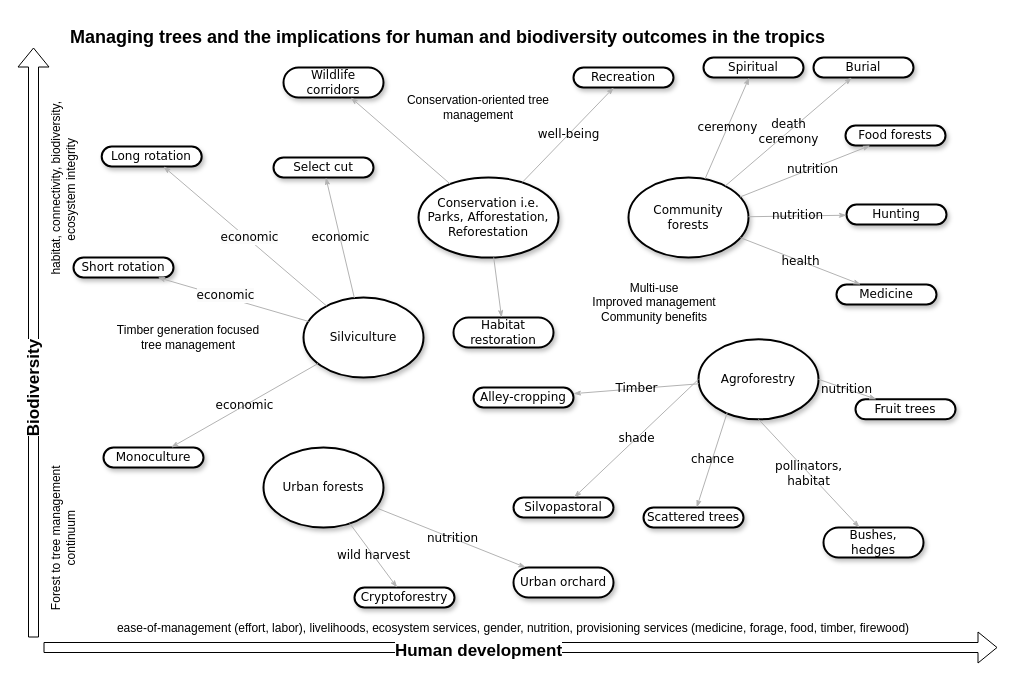
This is diagram_forestry.drawio from CWWhitney/ethnoforestry_agroforestry, a draw.io file, before an edit. Source tidied: cells renumbered, new cells numbered last; positions are measured from the earlier drawing's top-left corner, leaving out a move shared by most shapes. Both pictures are drawn from the tidied source at 100%, with x=0, y=0 at pixel (-27, 17).
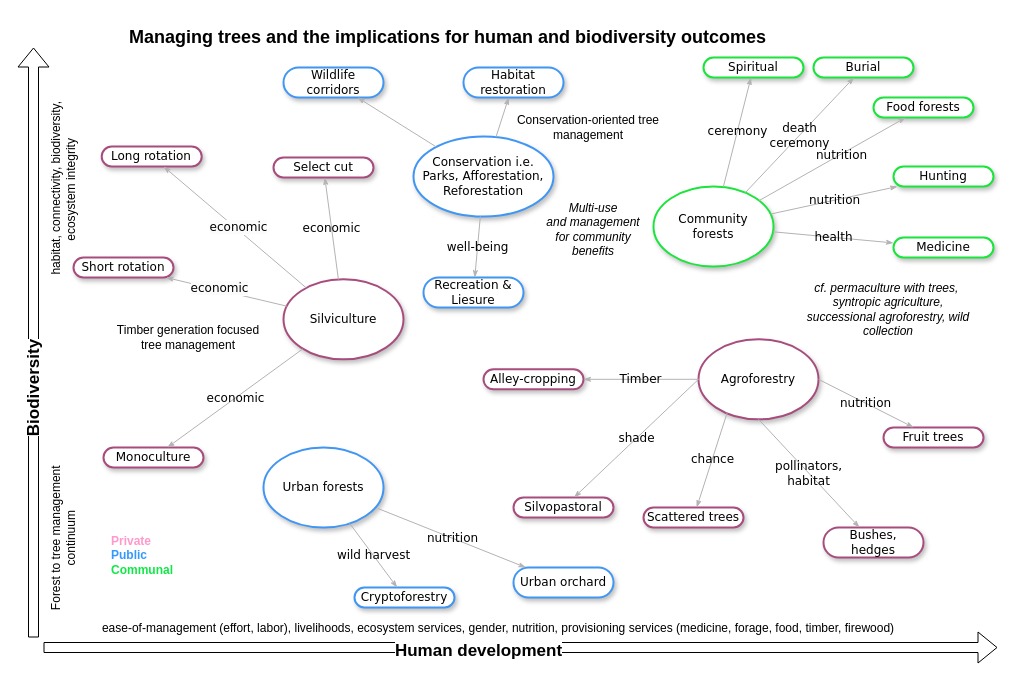
The same page after the edit.

The edit, as a diff of the source:
```diff
@@
-    <mxCell id="2" value="Silviculture" style="ellipse;whiteSpace=wrap;html=1;rounded=1;shadow=1;comic=0;labelBackgroundColor=none;strokeWidth=2;fontFamily=Verdana;fontSize=12;align=center;" parent="1" vertex="1">
-      <mxGeometry x="330" y="280" width="120" height="80" as="geometry" />
+    <mxCell id="2" value="Silviculture" style="ellipse;whiteSpace=wrap;html=1;rounded=1;shadow=1;comic=0;labelBackgroundColor=none;strokeWidth=2;fontFamily=Verdana;fontSize=12;align=center;strokeColor=#a74d7e;" parent="1" vertex="1">
+      <mxGeometry x="310" y="261.8" width="120" height="80" as="geometry" />
     </mxCell>
-    <mxCell id="3" value="Community &lt;br&gt;forests" style="ellipse;whiteSpace=wrap;html=1;rounded=1;shadow=1;comic=0;labelBackgroundColor=none;strokeWidth=2;fontFamily=Verdana;fontSize=12;align=center;" parent="1" vertex="1">
-      <mxGeometry x="655" y="160" width="120" height="80" as="geometry" />
+    <mxCell id="3" value="Community &lt;br&gt;forests" style="ellipse;whiteSpace=wrap;html=1;rounded=1;shadow=1;comic=0;labelBackgroundColor=none;strokeWidth=2;fontFamily=Verdana;fontSize=12;align=center;strokeColor=#1be43c;" parent="1" vertex="1">
+      <mxGeometry x="680" y="169" width="120" height="80" as="geometry" />
     </mxCell>
-    <mxCell id="4" value="&lt;span&gt;Agroforestry&lt;/span&gt;" style="ellipse;whiteSpace=wrap;html=1;rounded=1;shadow=1;comic=0;labelBackgroundColor=none;strokeWidth=2;fontFamily=Verdana;fontSize=12;align=center;" parent="1" vertex="1">
+    <mxCell id="4" value="&lt;span&gt;Agroforestry&lt;/span&gt;" style="ellipse;whiteSpace=wrap;html=1;rounded=1;shadow=1;comic=0;labelBackgroundColor=none;strokeWidth=2;fontFamily=Verdana;fontSize=12;align=center;strokeColor=#a74d7e;" parent="1" vertex="1">
       <mxGeometry x="725" y="321.8" width="120" height="80" as="geometry" />
     </mxCell>
-    <mxCell id="5" value="&lt;span&gt;Long rotation&lt;/span&gt;" style="whiteSpace=wrap;html=1;rounded=1;shadow=1;comic=0;labelBackgroundColor=none;strokeWidth=2;fontFamily=Verdana;fontSize=12;align=center;arcSize=50;" parent="1" vertex="1">
+    <mxCell id="5" value="&lt;span&gt;Long rotation&lt;/span&gt;" style="whiteSpace=wrap;html=1;rounded=1;shadow=1;comic=0;labelBackgroundColor=none;strokeWidth=2;fontFamily=Verdana;fontSize=12;align=center;arcSize=50;strokeColor=#a74d7e;" parent="1" vertex="1">
       <mxGeometry x="128.2" y="129" width="100" height="20" as="geometry" />
     </mxCell>
-    <mxCell id="6" value="&lt;span&gt;Short rotation&lt;/span&gt;" style="whiteSpace=wrap;html=1;rounded=1;shadow=1;comic=0;labelBackgroundColor=none;strokeWidth=2;fontFamily=Verdana;fontSize=12;align=center;arcSize=50;" parent="1" vertex="1">
+    <mxCell id="6" value="&lt;span&gt;Short rotation&lt;/span&gt;" style="whiteSpace=wrap;html=1;rounded=1;shadow=1;comic=0;labelBackgroundColor=none;strokeWidth=2;fontFamily=Verdana;fontSize=12;align=center;arcSize=50;strokeColor=#a74d7e;" parent="1" vertex="1">
       <mxGeometry x="100" y="240" width="100" height="20" as="geometry" />
     </mxCell>
-    <mxCell id="7" value="&lt;span&gt;Select cut&lt;/span&gt;" style="whiteSpace=wrap;html=1;rounded=1;shadow=1;comic=0;labelBackgroundColor=none;strokeWidth=2;fontFamily=Verdana;fontSize=12;align=center;arcSize=50;" parent="1" vertex="1">
+    <mxCell id="7" value="&lt;span&gt;Select cut&lt;/span&gt;" style="whiteSpace=wrap;html=1;rounded=1;shadow=1;comic=0;labelBackgroundColor=none;strokeWidth=2;fontFamily=Verdana;fontSize=12;align=center;arcSize=50;strokeColor=#a74d7e;" parent="1" vertex="1">
       <mxGeometry x="300" y="140" width="100" height="20" as="geometry" />
     </mxCell>
-    <mxCell id="8" value="&lt;span&gt;Spiritual&lt;/span&gt;" style="whiteSpace=wrap;html=1;rounded=1;shadow=1;comic=0;labelBackgroundColor=none;strokeWidth=2;fontFamily=Verdana;fontSize=12;align=center;arcSize=50;" parent="1" vertex="1">
+    <mxCell id="8" value="&lt;span&gt;Spiritual&lt;/span&gt;" style="whiteSpace=wrap;html=1;rounded=1;shadow=1;comic=0;labelBackgroundColor=none;strokeWidth=2;fontFamily=Verdana;fontSize=12;align=center;arcSize=50;strokeColor=#1be43c;" parent="1" vertex="1">
       <mxGeometry x="730" y="40" width="100" height="20" as="geometry" />
     </mxCell>
-    <mxCell id="9" value="&lt;span&gt;Fruit trees&lt;/span&gt;" style="whiteSpace=wrap;html=1;rounded=1;shadow=1;comic=0;labelBackgroundColor=none;strokeWidth=2;fontFamily=Verdana;fontSize=12;align=center;arcSize=50;" parent="1" vertex="1">
-      <mxGeometry x="882" y="381.8" width="100" height="20" as="geometry" />
+    <mxCell id="9" value="&lt;span&gt;Fruit trees&lt;/span&gt;" style="whiteSpace=wrap;html=1;rounded=1;shadow=1;comic=0;labelBackgroundColor=none;strokeWidth=2;fontFamily=Verdana;fontSize=12;align=center;arcSize=50;strokeColor=#a74d7e;" parent="1" vertex="1">
+      <mxGeometry x="910" y="410" width="100" height="20" as="geometry" />
     </mxCell>
-    <mxCell id="10" value="&lt;span&gt;Burial&lt;/span&gt;" style="whiteSpace=wrap;html=1;rounded=1;shadow=1;comic=0;labelBackgroundColor=none;strokeWidth=2;fontFamily=Verdana;fontSize=12;align=center;arcSize=50;" parent="1" vertex="1">
+    <mxCell id="10" value="&lt;span&gt;Burial&lt;/span&gt;" style="whiteSpace=wrap;html=1;rounded=1;shadow=1;comic=0;labelBackgroundColor=none;strokeWidth=2;fontFamily=Verdana;fontSize=12;align=center;arcSize=50;strokeColor=#1be43c;" parent="1" vertex="1">
       <mxGeometry x="840" y="40" width="100" height="20" as="geometry" />
     </mxCell>
-    <mxCell id="11" value="&lt;span&gt;Food forests&lt;/span&gt;" style="whiteSpace=wrap;html=1;rounded=1;shadow=1;comic=0;labelBackgroundColor=none;strokeWidth=2;fontFamily=Verdana;fontSize=12;align=center;arcSize=50;" parent="1" vertex="1">
-      <mxGeometry x="872" y="108" width="100" height="20" as="geometry" />
+    <mxCell id="11" value="&lt;span&gt;Food forests&lt;/span&gt;" style="whiteSpace=wrap;html=1;rounded=1;shadow=1;comic=0;labelBackgroundColor=none;strokeWidth=2;fontFamily=Verdana;fontSize=12;align=center;arcSize=50;strokeColor=#1be43c;" parent="1" vertex="1">
+      <mxGeometry x="900" y="80" width="100" height="20" as="geometry" />
     </mxCell>
-    <mxCell id="12" value="&lt;span&gt;Hunting&lt;/span&gt;" style="whiteSpace=wrap;html=1;rounded=1;shadow=1;comic=0;labelBackgroundColor=none;strokeWidth=2;fontFamily=Verdana;fontSize=12;align=center;arcSize=50;" parent="1" vertex="1">
-      <mxGeometry x="873" y="187" width="100" height="20" as="geometry" />
+    <mxCell id="12" value="&lt;span&gt;Hunting&lt;/span&gt;" style="whiteSpace=wrap;html=1;rounded=1;shadow=1;comic=0;labelBackgroundColor=none;strokeWidth=2;fontFamily=Verdana;fontSize=12;align=center;arcSize=50;strokeColor=#1be43c;" parent="1" vertex="1">
+      <mxGeometry x="920" y="149" width="100" height="20" as="geometry" />
     </mxCell>
-    <mxCell id="13" value="&lt;span&gt;Medicine&lt;/span&gt;" style="whiteSpace=wrap;html=1;rounded=1;shadow=1;comic=0;labelBackgroundColor=none;strokeWidth=2;fontFamily=Verdana;fontSize=12;align=center;arcSize=50;" parent="1" vertex="1">
-      <mxGeometry x="863" y="267" width="100" height="20" as="geometry" />
+    <mxCell id="13" value="&lt;span&gt;Medicine&lt;/span&gt;" style="whiteSpace=wrap;html=1;rounded=1;shadow=1;comic=0;labelBackgroundColor=none;strokeWidth=2;fontFamily=Verdana;fontSize=12;align=center;arcSize=50;strokeColor=#1be43c;" parent="1" vertex="1">
+      <mxGeometry x="920" y="220" width="100" height="20" as="geometry" />
     </mxCell>
@@
-    <mxCell id="26" value="&lt;span&gt;Monoculture&lt;/span&gt;" style="whiteSpace=wrap;html=1;rounded=1;shadow=1;comic=0;labelBackgroundColor=none;strokeWidth=2;fontFamily=Verdana;fontSize=12;align=center;arcSize=50;" parent="1" vertex="1">
+    <mxCell id="26" value="&lt;span&gt;Monoculture&lt;/span&gt;" style="whiteSpace=wrap;html=1;rounded=1;shadow=1;comic=0;labelBackgroundColor=none;strokeWidth=2;fontFamily=Verdana;fontSize=12;align=center;arcSize=50;strokeColor=#a74d7e;" parent="1" vertex="1">
       <mxGeometry x="130" y="430" width="100" height="20" as="geometry" />
     </mxCell>
-    <mxCell id="27" value="&lt;span&gt;Alley-cropping&lt;/span&gt;" style="whiteSpace=wrap;html=1;rounded=1;shadow=1;comic=0;labelBackgroundColor=none;strokeWidth=2;fontFamily=Verdana;fontSize=12;align=center;arcSize=50;" parent="1" vertex="1">
-      <mxGeometry x="500" y="370" width="100" height="20" as="geometry" />
+    <mxCell id="27" value="&lt;span&gt;Alley-cropping&lt;/span&gt;" style="whiteSpace=wrap;html=1;rounded=1;shadow=1;comic=0;labelBackgroundColor=none;strokeWidth=2;fontFamily=Verdana;fontSize=12;align=center;arcSize=50;strokeColor=#a74d7e;" parent="1" vertex="1">
+      <mxGeometry x="510" y="351.8" width="100" height="20" as="geometry" />
     </mxCell>
@@
-    <mxCell id="30" value="&lt;span&gt;Silvopastoral&lt;/span&gt;" style="whiteSpace=wrap;html=1;rounded=1;shadow=1;comic=0;labelBackgroundColor=none;strokeWidth=2;fontFamily=Verdana;fontSize=12;align=center;arcSize=50;" parent="1" vertex="1">
+    <mxCell id="30" value="&lt;span&gt;Silvopastoral&lt;/span&gt;" style="whiteSpace=wrap;html=1;rounded=1;shadow=1;comic=0;labelBackgroundColor=none;strokeWidth=2;fontFamily=Verdana;fontSize=12;align=center;arcSize=50;strokeColor=#a74d7e;" parent="1" vertex="1">
       <mxGeometry x="540" y="480" width="100" height="20" as="geometry" />
     </mxCell>
-    <mxCell id="31" value="&lt;span&gt;Scattered trees&lt;/span&gt;" style="whiteSpace=wrap;html=1;rounded=1;shadow=1;comic=0;labelBackgroundColor=none;strokeWidth=2;fontFamily=Verdana;fontSize=12;align=center;arcSize=50;" parent="1" vertex="1">
+    <mxCell id="31" value="&lt;span&gt;Scattered trees&lt;/span&gt;" style="whiteSpace=wrap;html=1;rounded=1;shadow=1;comic=0;labelBackgroundColor=none;strokeWidth=2;fontFamily=Verdana;fontSize=12;align=center;arcSize=50;strokeColor=#a74d7e;" parent="1" vertex="1">
       <mxGeometry x="670" y="490" width="100" height="20" as="geometry" />
     </mxCell>
@@
-    <mxCell id="34" value="Timber" style="edgeStyle=none;rounded=1;html=1;labelBackgroundColor=none;startArrow=none;startFill=0;startSize=5;endArrow=classicThin;endFill=1;endSize=5;jettySize=auto;strokeColor=#B3B3B3;strokeWidth=1;fontFamily=Verdana;fontSize=12;" parent="1" edge="1" source="4" target="27">
+    <mxCell id="34" value="Timber" style="edgeStyle=none;rounded=1;html=1;labelBackgroundColor=none;startArrow=none;startFill=0;startSize=5;endArrow=classicThin;endFill=1;endSize=5;jettySize=auto;strokeColor=#B3B3B3;strokeWidth=1;fontFamily=Verdana;fontSize=12;exitX=0;exitY=0.5;exitDx=0;exitDy=0;" parent="1" edge="1" source="4" target="27">
       <mxGeometry relative="1" as="geometry" />
     </mxCell>
@@
-    <mxCell id="39" value="&lt;span&gt;Bushes, &lt;br&gt;hedges&lt;/span&gt;" style="whiteSpace=wrap;html=1;rounded=1;shadow=1;comic=0;labelBackgroundColor=none;strokeWidth=2;fontFamily=Verdana;fontSize=12;align=center;arcSize=50;" parent="1" vertex="1">
+    <mxCell id="39" value="&lt;span&gt;Bushes, &lt;br&gt;hedges&lt;/span&gt;" style="whiteSpace=wrap;html=1;rounded=1;shadow=1;comic=0;labelBackgroundColor=none;strokeWidth=2;fontFamily=Verdana;fontSize=12;align=center;arcSize=50;strokeColor=#a74d7e;" parent="1" vertex="1">
       <mxGeometry x="850" y="510" width="100" height="30" as="geometry" />
     </mxCell>
@@
-    <mxCell id="41" value="Multi-use&lt;br&gt;Improved management&lt;br&gt;Community benefits" style="text;html=1;strokeColor=none;fillColor=none;align=center;verticalAlign=middle;whiteSpace=wrap;rounded=0;" parent="1" vertex="1">
-      <mxGeometry x="606" y="255" width="150" height="60" as="geometry" />
+    <mxCell id="41" value="Multi-use&lt;br&gt;and management&lt;br&gt;for community benefits" style="text;html=1;strokeColor=none;fillColor=none;align=center;verticalAlign=middle;whiteSpace=wrap;rounded=0;fontStyle=2;" parent="1" vertex="1">
+      <mxGeometry x="560" y="181.5" width="120" height="60" as="geometry" />
     </mxCell>
-    <mxCell id="42" value="&lt;b&gt;&lt;font style=&quot;font-size: 18px;&quot;&gt;Managing trees and the implications for human and biodiversity outcomes in the tropics&lt;/font&gt;&lt;/b&gt;" style="text;html=1;align=center;verticalAlign=middle;strokeColor=none;fillColor=none;" parent="1" vertex="1">
-      <mxGeometry x="84" width="780" height="40" as="geometry" />
+    <mxCell id="42" value="&lt;b&gt;&lt;font style=&quot;font-size: 18px;&quot;&gt;Managing trees and the implications for human and biodiversity outcomes&lt;/font&gt;&lt;/b&gt;" style="text;html=1;align=center;verticalAlign=middle;strokeColor=none;fillColor=none;" parent="1" vertex="1">
+      <mxGeometry x="144" width="660" height="40" as="geometry" />
     </mxCell>
-    <mxCell id="43" value="&lt;span&gt;Urban forests&lt;/span&gt;" style="ellipse;whiteSpace=wrap;html=1;rounded=1;shadow=1;comic=0;labelBackgroundColor=none;strokeWidth=2;fontFamily=Verdana;fontSize=12;align=center;" parent="1" vertex="1">
+    <mxCell id="43" value="&lt;span&gt;Urban forests&lt;/span&gt;" style="ellipse;whiteSpace=wrap;html=1;rounded=1;shadow=1;comic=0;labelBackgroundColor=none;strokeWidth=2;fontFamily=Verdana;fontSize=12;align=center;strokeColor=#4096f2;" parent="1" vertex="1">
       <mxGeometry x="290" y="430" width="120" height="80" as="geometry" />
     </mxCell>
-    <mxCell id="44" value="&lt;span&gt;Cryptoforestry&lt;/span&gt;" style="whiteSpace=wrap;html=1;rounded=1;shadow=1;comic=0;labelBackgroundColor=none;strokeWidth=2;fontFamily=Verdana;fontSize=12;align=center;arcSize=50;" parent="1" vertex="1">
+    <mxCell id="44" value="&lt;span&gt;Cryptoforestry&lt;/span&gt;" style="whiteSpace=wrap;html=1;rounded=1;shadow=1;comic=0;labelBackgroundColor=none;strokeWidth=2;fontFamily=Verdana;fontSize=12;align=center;arcSize=50;strokeColor=#4096f2;" parent="1" vertex="1">
       <mxGeometry x="381" y="570" width="100" height="20" as="geometry" />
     </mxCell>
@@
-    <mxCell id="46" value="&lt;span&gt;Urban orchard&lt;/span&gt;" style="whiteSpace=wrap;html=1;rounded=1;shadow=1;comic=0;labelBackgroundColor=none;strokeWidth=2;fontFamily=Verdana;fontSize=12;align=center;arcSize=50;" parent="1" vertex="1">
+    <mxCell id="46" value="&lt;span&gt;Urban orchard&lt;/span&gt;" style="whiteSpace=wrap;html=1;rounded=1;shadow=1;comic=0;labelBackgroundColor=none;strokeWidth=2;fontFamily=Verdana;fontSize=12;align=center;arcSize=50;strokeColor=#4096f2;" parent="1" vertex="1">
       <mxGeometry x="540" y="550" width="100" height="30" as="geometry" />
     </mxCell>
@@
-    <mxCell id="50" value="Conservation i.e. Parks, Afforestation, Reforestation" style="ellipse;whiteSpace=wrap;html=1;rounded=1;shadow=1;comic=0;labelBackgroundColor=none;strokeWidth=2;fontFamily=Verdana;fontSize=12;align=center;" parent="1" vertex="1">
-      <mxGeometry x="445" y="160" width="140" height="80" as="geometry" />
+    <mxCell id="50" value="Conservation i.e. Parks, Afforestation, Reforestation" style="ellipse;whiteSpace=wrap;html=1;rounded=1;shadow=1;comic=0;labelBackgroundColor=none;strokeWidth=2;fontFamily=Verdana;fontSize=12;align=center;strokeColor=#4096f2;" parent="1" vertex="1">
+      <mxGeometry x="440" y="119" width="140" height="80" as="geometry" />
     </mxCell>
-    <mxCell id="51" value="&lt;span&gt;Wildlife corridors&lt;/span&gt;" style="whiteSpace=wrap;html=1;rounded=1;shadow=1;comic=0;labelBackgroundColor=none;strokeWidth=2;fontFamily=Verdana;fontSize=12;align=center;arcSize=50;" parent="1" vertex="1">
+    <mxCell id="51" value="&lt;span&gt;Wildlife corridors&lt;/span&gt;" style="whiteSpace=wrap;html=1;rounded=1;shadow=1;comic=0;labelBackgroundColor=none;strokeWidth=2;fontFamily=Verdana;fontSize=12;align=center;arcSize=50;strokeColor=#4096f2;" parent="1" vertex="1">
       <mxGeometry x="310" y="50" width="100" height="30" as="geometry" />
     </mxCell>
@@
     <mxCell id="53" value="ease-of-management (effort, labor), livelihoods, ecosystem services, gender, nutrition, provisioning services (medicine, forage, food, timber, firewood)" style="text;html=1;strokeColor=none;fillColor=none;align=center;verticalAlign=middle;whiteSpace=wrap;rounded=0;rotation=0;" parent="1" vertex="1">
-      <mxGeometry x="120" y="600" width="840" height="21.5" as="geometry" />
+      <mxGeometry x="90" y="600" width="870" height="21.5" as="geometry" />
     </mxCell>
-    <mxCell id="54" value="&lt;span&gt;Recreation&lt;/span&gt;" style="whiteSpace=wrap;html=1;rounded=1;shadow=1;comic=0;labelBackgroundColor=none;strokeWidth=2;fontFamily=Verdana;fontSize=12;align=center;arcSize=50;" parent="1" vertex="1">
-      <mxGeometry x="600" y="50" width="100" height="20" as="geometry" />
+    <mxCell id="54" value="&lt;span&gt;Recreation &amp;amp; Liesure&lt;/span&gt;" style="whiteSpace=wrap;html=1;rounded=1;shadow=1;comic=0;labelBackgroundColor=none;strokeWidth=2;fontFamily=Verdana;fontSize=12;align=center;arcSize=50;strokeColor=#4096f2;" parent="1" vertex="1">
+      <mxGeometry x="450" y="260" width="100" height="30" as="geometry" />
     </mxCell>
@@
     <mxCell id="56" value="Conservation-oriented tree management" style="text;html=1;strokeColor=none;fillColor=none;align=center;verticalAlign=middle;whiteSpace=wrap;rounded=0;" parent="1" vertex="1">
-      <mxGeometry x="430" y="60" width="150" height="60" as="geometry" />
+      <mxGeometry x="540" y="80" width="150" height="60" as="geometry" />
     </mxCell>
@@
-    <mxCell id="58" value="Habitat restoration" style="whiteSpace=wrap;html=1;rounded=1;shadow=1;comic=0;labelBackgroundColor=none;strokeWidth=2;fontFamily=Verdana;fontSize=12;align=center;arcSize=50;" parent="1" vertex="1">
-      <mxGeometry x="480" y="300" width="100" height="30" as="geometry" />
+    <mxCell id="58" value="Habitat restoration" style="whiteSpace=wrap;html=1;rounded=1;shadow=1;comic=0;labelBackgroundColor=none;strokeWidth=2;fontFamily=Verdana;fontSize=12;align=center;arcSize=50;strokeColor=#4096f2;" parent="1" vertex="1">
+      <mxGeometry x="490" y="50" width="100" height="30" as="geometry" />
     </mxCell>
@@
+    <mxCell id="60" value="&lt;font color=&quot;#ff99cc&quot;&gt;Private&lt;/font&gt;&lt;div&gt;&lt;font color=&quot;#3399ff&quot;&gt;Public&lt;/font&gt;&lt;br&gt;&lt;font color=&quot;#11e847&quot;&gt;Communal&lt;/font&gt;&lt;/div&gt;" style="text;whiteSpace=wrap;html=1;fontStyle=1;" parent="1" vertex="1">
+      <mxGeometry x="135.8" y="510" width="85" height="40" as="geometry" />
+    </mxCell>
+    <mxCell id="61" value="cf. permaculture with trees,&amp;nbsp;&lt;br&gt;syntropic agriculture, successional agroforestry, wild collection" style="text;html=1;strokeColor=none;fillColor=none;align=center;verticalAlign=middle;whiteSpace=wrap;rounded=0;fontStyle=2;" parent="1" vertex="1">
+      <mxGeometry x="830" y="261.8" width="170" height="60" as="geometry" />
+    </mxCell>
```
